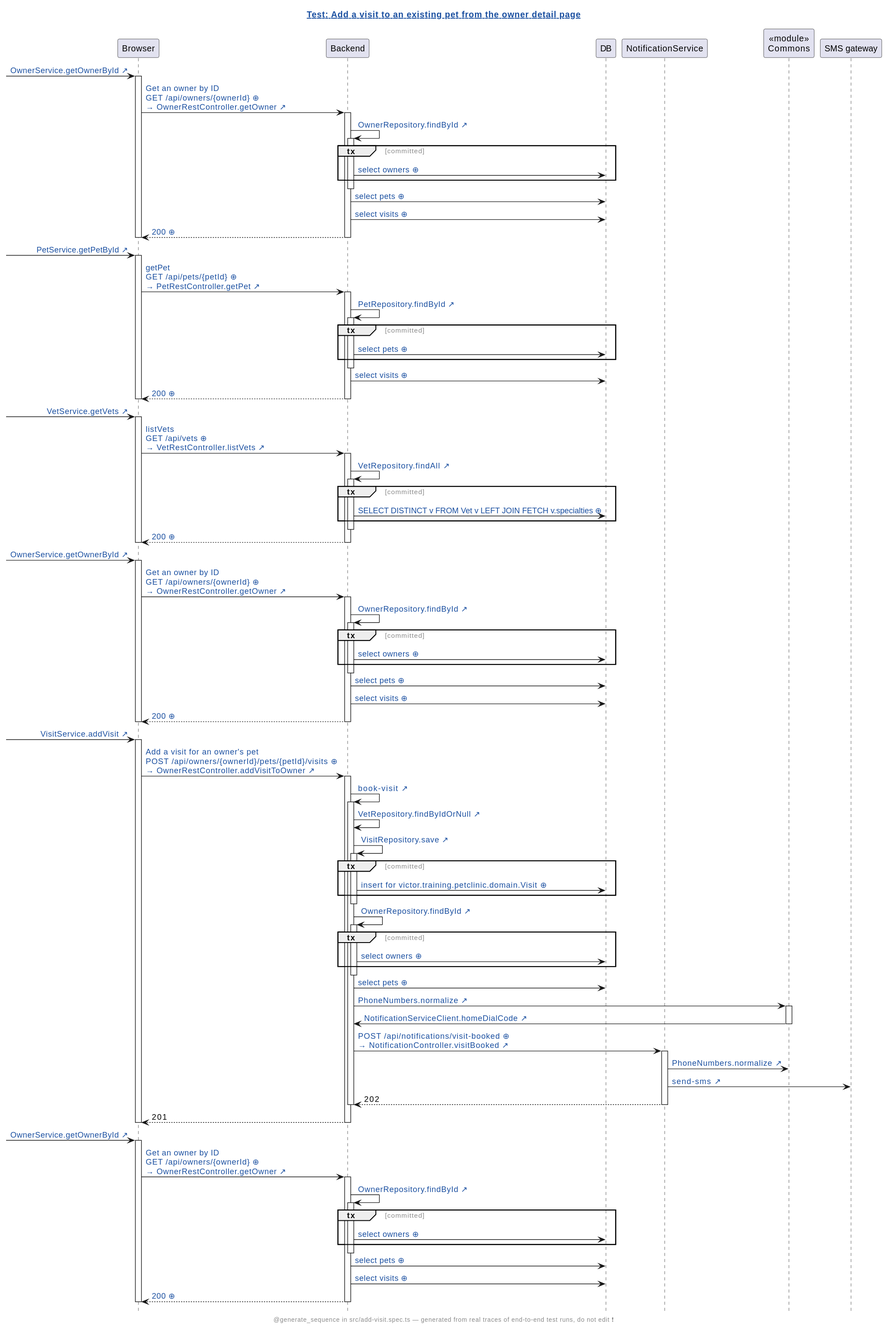
victorrentea/human-review keeps this PlantUML diagram as demo/demo/assets/diagrams/petclinic-test_generated_add-visit.spec.ts.add-a-visit-to-an-existing-pet-from-the-owner-detail-page.genseq.new.svg. Above is the earlier version.
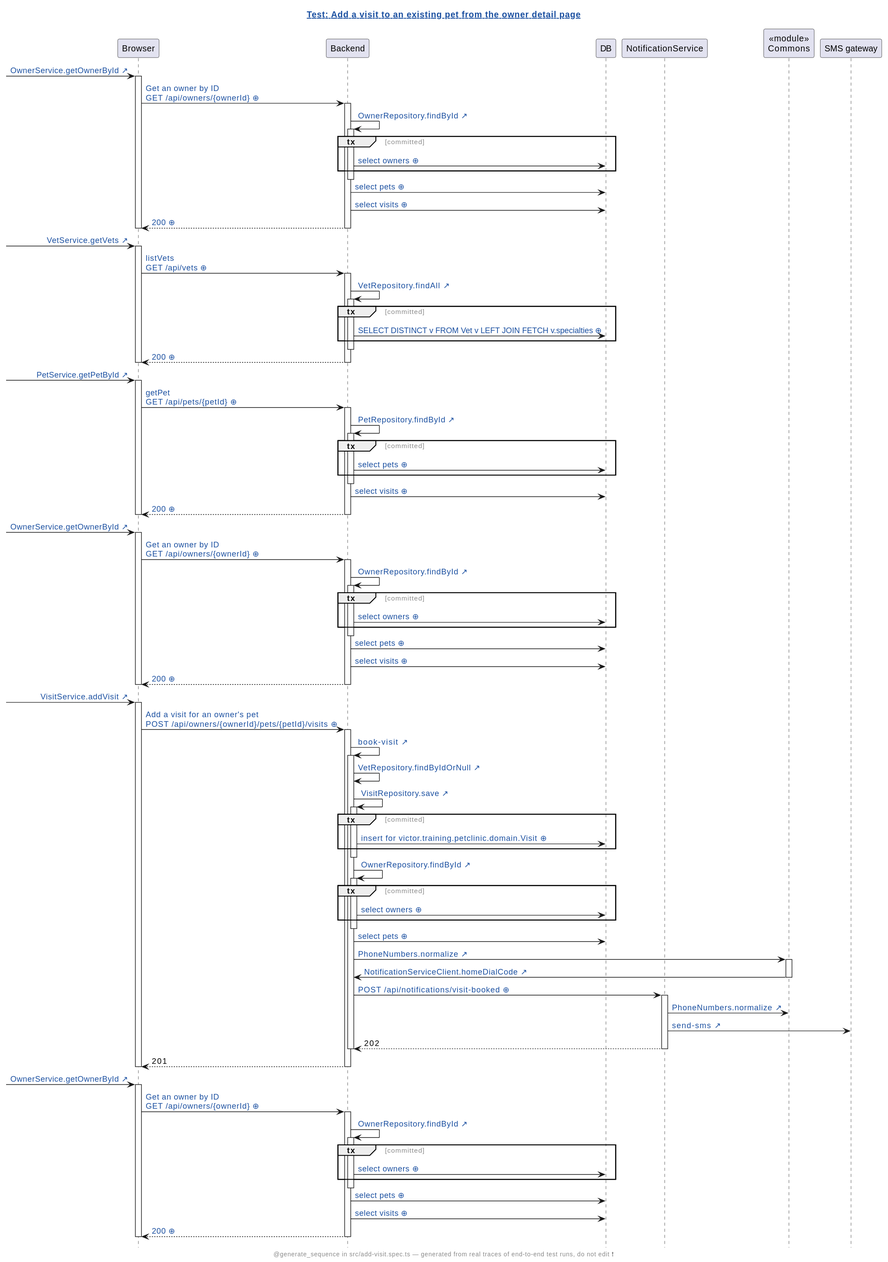
Later version of the same file.

Change to the diagram source:
```diff
@@ -14,7 +14,7 @@
 participant "SMS gateway"
 [-> Browser: [[src://petclinic-frontend/src/app/owners/owner-detail/owner-detail.component.ts:22{Click to open the line that sent this request: owner-detail.component.ts:22} OwnerService.getOwnerById ↗]]
 activate Browser
-Browser -> Backend: [[genseq://18jo62a{Click for the request as it was sent} Get an owner by ID\nGET /api/owners/{ownerId} ⊕]]\n[[src://petclinic-backend/src/main/java/victor/training/petclinic/rest/OwnerRestController.java:113{Click to open OwnerRestController.getOwner} → OwnerRestController.getOwner ↗]]
+Browser -> Backend: [[genseq://0m8scc6{Click for the request as it was sent} Get an owner by ID\nGET /api/owners/{ownerId} ⊕]]
 activate Backend
 Backend -> Backend: [[src://petclinic-backend/src/main/java/victor/training/petclinic/repository/OwnerRepository.java:14{Click to open OwnerRepository.findById} OwnerRepository.findById ↗]]
 activate Backend
@@ -27,9 +27,22 @@
 Backend --> Browser: [[genseq://1bhasc1{Click for this call’s JSON body} 200 ⊕]]
 deactivate Backend
 deactivate Browser
+[-> Browser: [[src://petclinic-frontend/src/app/visits/visit-add/visit-add.component.ts:46{Click to open the line that sent this request: visit-add.component.ts:46} VetService.getVets ↗]]
+activate Browser
+Browser -> Backend: [[genseq://1ce7aux{Click for the request as it was sent} listVets\nGET /api/vets ⊕]]
+activate Backend
+Backend -> Backend: [[src://petclinic-backend/src/main/java/victor/training/petclinic/repository/VetRepository.java:13{Click to open VetRepository.findAll} VetRepository.findAll ↗]]
+activate Backend
+group tx [committed]
+Backend -> DB: [[genseq://0p6yxbc{Click for the statement behind this call} SELECT DISTINCT v FROM Vet v LEFT JOIN FETCH v.specialties ⊕]]
+end
+deactivate Backend
+Backend --> Browser: [[genseq://1nmg2oo{Click for this call’s JSON body} 200 ⊕]]
+deactivate Backend
+deactivate Browser
 [-> Browser: [[src://petclinic-frontend/src/app/visits/visit-add/visit-add.component.ts:48{Click to open the line that sent this request: visit-add.component.ts:48} PetService.getPetById ↗]]
 activate Browser
-Browser -> Backend: [[genseq://05e03mm{Click for the request as it was sent} getPet\nGET /api/pets/{petId} ⊕]]\n[[src://petclinic-backend/src/main/java/victor/training/petclinic/rest/PetRestController.java:33{Click to open PetRestController.getPet} → PetRestController.getPet ↗]]
+Browser -> Backend: [[genseq://0ranhxm{Click for the request as it was sent} getPet\nGET /api/pets/{petId} ⊕]]
 activate Backend
 Backend -> Backend: [[src://petclinic-backend/src/main/java/victor/training/petclinic/repository/PetRepository.java:16{Click to open PetRepository.findById} PetRepository.findById ↗]]
 activate Backend
@@ -41,22 +54,9 @@
 Backend --> Browser: [[genseq://0n1gsl8{Click for this call’s JSON body} 200 ⊕]]
 deactivate Backend
 deactivate Browser
-[-> Browser: [[src://petclinic-frontend/src/app/visits/visit-add/visit-add.component.ts:46{Click to open the line that sent this request: visit-add.component.ts:46} VetService.getVets ↗]]
-activate Browser
-Browser -> Backend: [[genseq://18kpp45{Click for the request as it was sent} listVets\nGET /api/vets ⊕]]\n[[src://petclinic-backend/src/main/java/victor/training/petclinic/rest/VetRestController.java:53{Click to open VetRestController.listVets} → VetRestController.listVets ↗]]
-activate Backend
-Backend -> Backend: [[src://petclinic-backend/src/main/java/victor/training/petclinic/repository/VetRepository.java:13{Click to open VetRepository.findAll} VetRepository.findAll ↗]]
-activate Backend
-group tx [committed]
-Backend -> DB: [[genseq://0p6yxbc{Click for the statement behind this call} SELECT DISTINCT v FROM Vet v LEFT JOIN FETCH v.specialties ⊕]]
-end
-deactivate Backend
-Backend --> Browser: [[genseq://1nmg2oo{Click for this call’s JSON body} 200 ⊕]]
-deactivate Backend
-deactivate Browser
 [-> Browser: [[src://petclinic-frontend/src/app/visits/visit-add/visit-add.component.ts:53{Click to open the line that sent this request: visit-add.component.ts:53} OwnerService.getOwnerById ↗]]
 activate Browser
-Browser -> Backend: [[genseq://18jo62a{Click for the request as it was sent} Get an owner by ID\nGET /api/owners/{ownerId} ⊕]]\n[[src://petclinic-backend/src/main/java/victor/training/petclinic/rest/OwnerRestController.java:113{Click to open OwnerRestController.getOwner} → OwnerRestController.getOwner ↗]]
+Browser -> Backend: [[genseq://0m8scc6{Click for the request as it was sent} Get an owner by ID\nGET /api/owners/{ownerId} ⊕]]
 activate Backend
 Backend -> Backend: [[src://petclinic-backend/src/main/java/victor/training/petclinic/repository/OwnerRepository.java:14{Click to open OwnerRepository.findById} OwnerRepository.findById ↗]]
 activate Backend
@@ -71,7 +71,7 @@
 deactivate Browser
 [-> Browser: [[src://petclinic-frontend/src/app/visits/visit-add/visit-add.component.ts:69{Click to open the line that sent this request: visit-add.component.ts:69 ← visit-add.component.html:25} VisitService.addVisit ↗]]
 activate Browser
-Browser -> Backend: [[genseq://0jfza5n{Click for the request as it was sent} Add a visit for an owner's pet\nPOST /api/owners/{ownerId}/pets/{petId}/visits ⊕]]\n[[src://petclinic-backend/src/main/java/victor/training/petclinic/rest/OwnerRestController.java:177{Click to open OwnerRestController.addVisitToOwner} → OwnerRestController.addVisitToOwner ↗]]
+Browser -> Backend: [[genseq://0nhf3d3{Click for the request as it was sent} Add a visit for an owner's pet\nPOST /api/owners/{ownerId}/pets/{petId}/visits ⊕]]
 activate Backend
 Backend -> Backend: [[src://petclinic-backend/src/main/java/victor/training/petclinic/rest/OwnerRestController.java:193{Click to open OwnerRestController.bookVisit} book-visit ↗]]
 activate Backend
@@ -79,7 +79,7 @@
 Backend -> Backend: [[src://petclinic-backend/src/main/java/victor/training/petclinic/repository/VisitRepository.java:14{Click to open VisitRepository.save} VisitRepository.save ↗]]
 activate Backend
 group tx [committed]
-Backend -> DB: [[genseq://14g6ded{Click for the statement behind this call} insert for victor.training.petclinic.domain.Visit ⊕]]
+Backend -> DB: [[genseq://0v1528l{Click for the statement behind this call} insert for victor.training.petclinic.domain.Visit ⊕]]
 end
 deactivate Backend
 Backend -> Backend: [[src://petclinic-backend/src/main/java/victor/training/petclinic/repository/OwnerRepository.java:14{Click to open OwnerRepository.findById} OwnerRepository.findById ↗]]
@@ -93,7 +93,7 @@
 activate Commons
 Commons -> Backend: [[src://petclinic-backend/src/main/java/victor/training/petclinic/notification/NotificationServiceClient.java:45{Click to open NotificationServiceClient.homeDialCode} NotificationServiceClient.homeDialCode ↗]]
 deactivate Commons
-Backend -> NotificationService: [[genseq://00gfug0{Click for the request as it was sent} POST /api/notifications/visit-booked ⊕]]\n[[src://notification-service/src/main/java/victor/training/notification/NotificationController.java:21{Click to open NotificationController.visitBooked} → NotificationController.visitBooked ↗]]
+Backend -> NotificationService: [[genseq://00gfug0{Click for the request as it was sent} POST /api/notifications/visit-booked ⊕]]
 activate NotificationService
 NotificationService -> Commons: [[src://petclinic-commons/src/main/java/victor/training/commons/PhoneNumbers.java:8{Click to open PhoneNumbers.normalize} PhoneNumbers.normalize ↗]]
 NotificationService -> "SMS gateway": [[src://notification-service/src/main/java/victor/training/notification/SmsGateway.java:23{Click to open SmsGateway.send} send-sms ↗]]
@@ -105,7 +105,7 @@
 deactivate Browser
 [-> Browser: [[src://petclinic-frontend/src/app/owners/owner-detail/owner-detail.component.ts:22{Click to open the line that sent this request: owner-detail.component.ts:22} OwnerService.getOwnerById ↗]]
 activate Browser
-Browser -> Backend: [[genseq://18jo62a{Click for the request as it was sent} Get an owner by ID\nGET /api/owners/{ownerId} ⊕]]\n[[src://petclinic-backend/src/main/java/victor/training/petclinic/rest/OwnerRestController.java:113{Click to open OwnerRestController.getOwner} → OwnerRestController.getOwner ↗]]
+Browser -> Backend: [[genseq://0m8scc6{Click for the request as it was sent} Get an owner by ID\nGET /api/owners/{ownerId} ⊕]]
 activate Backend
 Backend -> Backend: [[src://petclinic-backend/src/main/java/victor/training/petclinic/repository/OwnerRepository.java:14{Click to open OwnerRepository.findById} OwnerRepository.findById ↗]]
 activate Backend
@@ -115,7 +115,7 @@
 deactivate Backend
 Backend -> DB: [[genseq://18567ho{Click for the statement behind this call} select pets ⊕]]
 Backend -> DB: [[genseq://1eq1h2q{Click for the statement behind this call} select visits ⊕]]
-Backend --> Browser: [[genseq://11tdoe4{Click for this call’s JSON body} 200 ⊕]]
+Backend --> Browser: [[genseq://18ymh90{Click for this call’s JSON body} 200 ⊕]]
 deactivate Backend
 deactivate Browser
 @enduml
```
